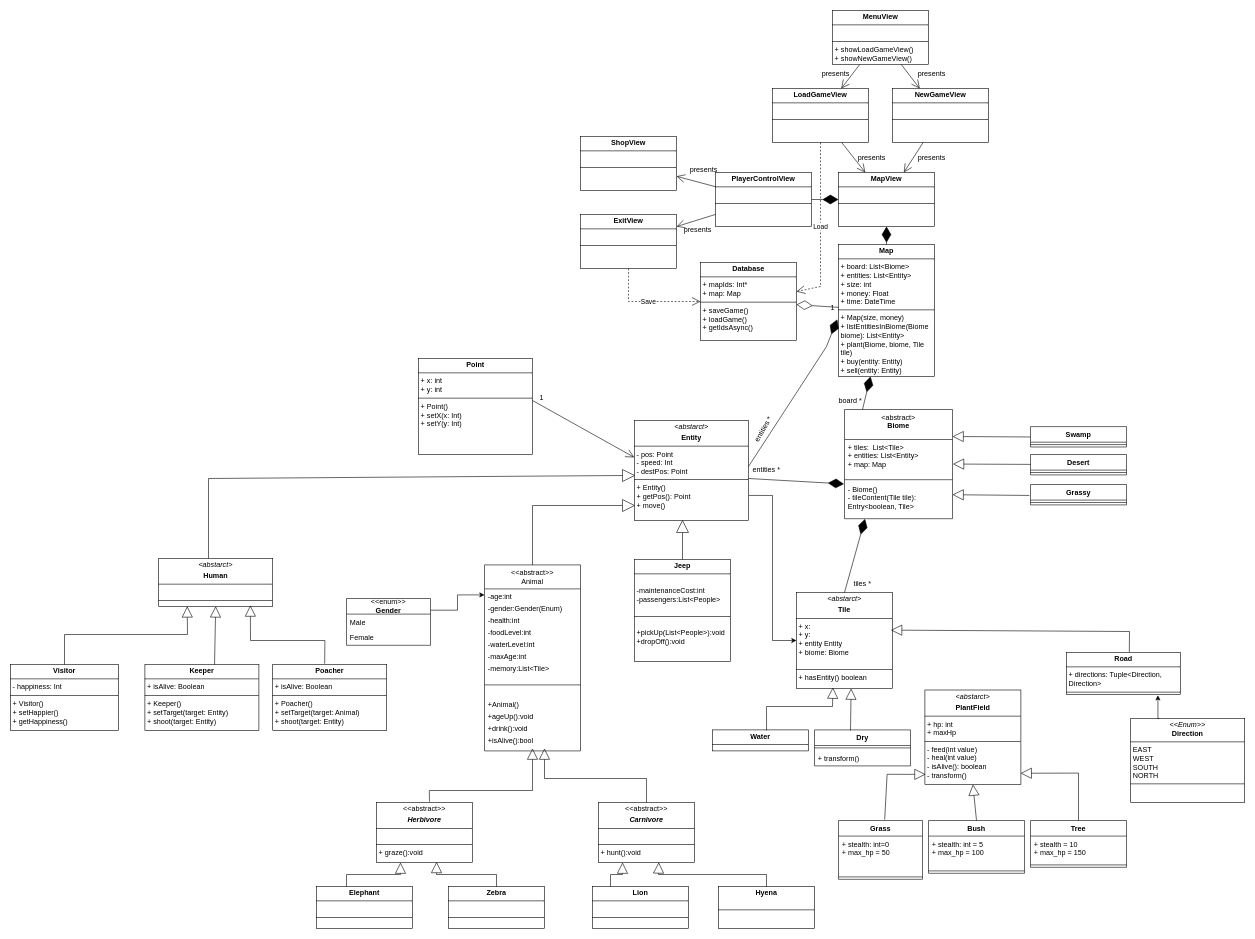
The draw.io diagram diagrams/Class_UML_diagrams/uml_diagram.drawio in AndrasMajor/SafariSimulator, before the edit. Source tidied: cells renumbered, new cells numbered last; positions are measured from the earlier drawing's top-left corner, leaving out a move shared by most shapes. Both pictures are drawn from the tidied source at 60%, with x=0, y=0 at pixel (10, 10).
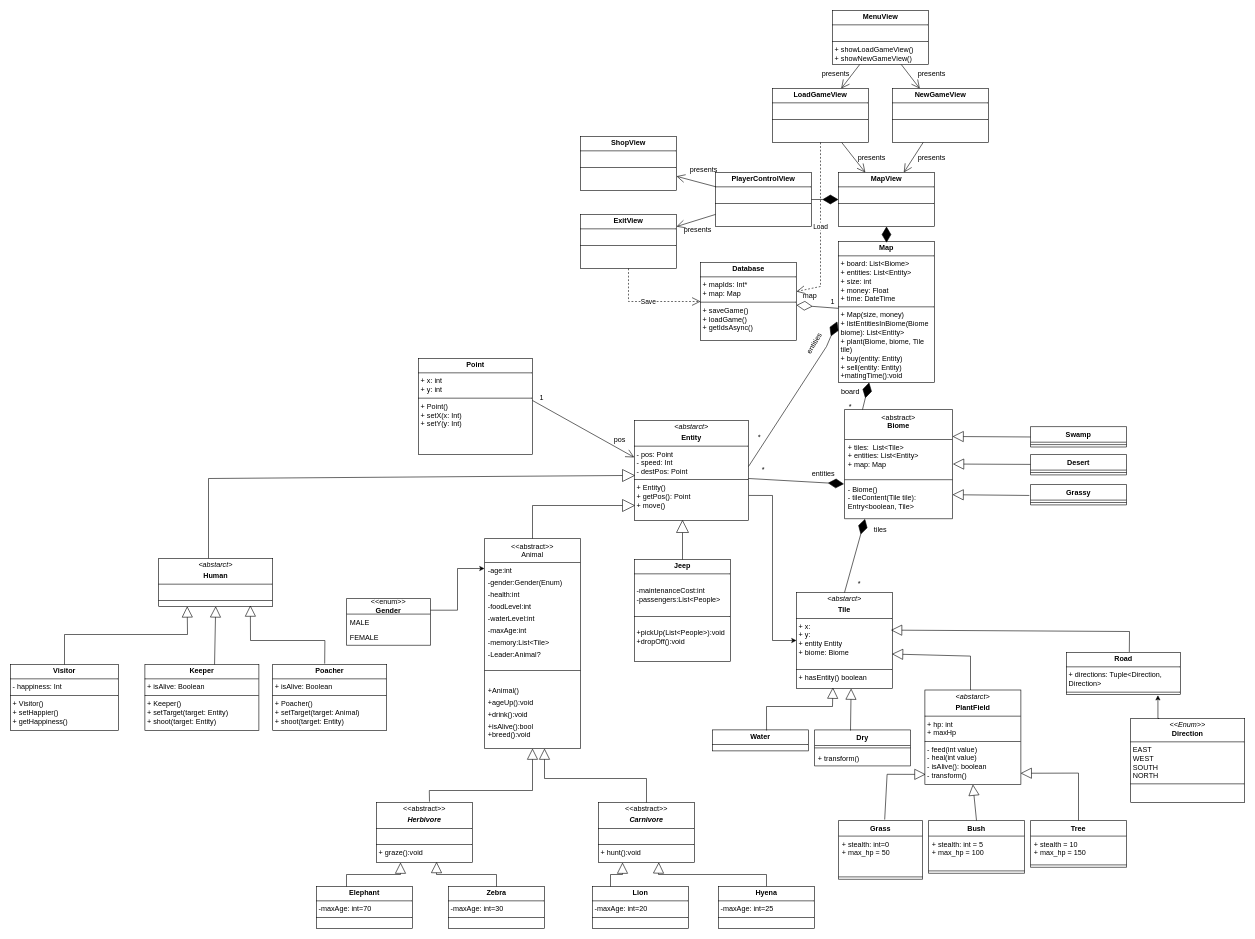
The same diagram, later.

The change refers to these unchanged cells:
```xml
<mxCell id="14" value="&lt;p style=&quot;margin:0px;margin-top:4px;text-align:center;&quot;&gt;&lt;i style=&quot;background-color: transparent; color: light-dark(rgb(0, 0, 0), rgb(255, 255, 255));&quot;&gt;&amp;lt;abstarct&amp;gt;&lt;/i&gt;&lt;/p&gt;&lt;p style=&quot;margin:0px;margin-top:4px;text-align:center;&quot;&gt;&lt;b&gt;Tile&lt;/b&gt;&lt;/p&gt;&lt;hr size=&quot;1&quot; style=&quot;border-style:solid;&quot;&gt;&lt;p style=&quot;margin:0px;margin-left:4px;&quot;&gt;+ x:&amp;nbsp;&lt;/p&gt;&lt;p style=&quot;margin:0px;margin-left:4px;&quot;&gt;+ y:&amp;nbsp;&lt;/p&gt;&lt;p style=&quot;margin:0px;margin-left:4px;&quot;&gt;+ entity Entity&lt;/p&gt;&lt;p style=&quot;margin:0px;margin-left:4px;&quot;&gt;+ biome: Biome&lt;/p&gt;&lt;p style=&quot;margin:0px;margin-left:4px;&quot;&gt;&lt;br&gt;&lt;/p&gt;&lt;hr size=&quot;1&quot; style=&quot;border-style:solid;&quot;&gt;&lt;p style=&quot;margin:0px;margin-left:4px;&quot;&gt;+ hasEntity() boolean&lt;span style=&quot;background-color: transparent; color: light-dark(rgb(0, 0, 0), rgb(255, 255, 255));&quot;&gt;&amp;nbsp;&lt;/span&gt;&lt;/p&gt;" style="verticalAlign=top;align=left;overflow=fill;html=1;whiteSpace=wrap;" parent="1" vertex="1">
  <mxGeometry x="1310" y="970" width="160" height="160" as="geometry" />
</mxCell>
<mxCell id="53" value="&amp;lt;&amp;lt;enum&amp;gt;&amp;gt;&lt;div&gt;&lt;b&gt;Gender&lt;/b&gt;&lt;/div&gt;" style="swimlane;fontStyle=0;horizontal=1;startSize=26;fillColor=none;whiteSpace=wrap;html=1;" parent="1" vertex="1">
  <mxGeometry x="560" y="980" width="140" height="78" as="geometry" />
</mxCell>
```

Change to the diagram source:
```diff
@@
-    <mxCell id="2" value="&lt;p style=&quot;margin:0px;margin-top:4px;text-align:center;&quot;&gt;&lt;b&gt;Map&lt;/b&gt;&lt;/p&gt;&lt;hr size=&quot;1&quot; style=&quot;border-style:solid;&quot;&gt;&lt;p style=&quot;margin:0px;margin-left:4px;&quot;&gt;+ board: List&amp;lt;Biome&amp;gt;&lt;/p&gt;&lt;p style=&quot;margin:0px;margin-left:4px;&quot;&gt;+ entities: List&amp;lt;Entity&amp;gt;&lt;/p&gt;&lt;p style=&quot;margin:0px;margin-left:4px;&quot;&gt;+ size: int&lt;/p&gt;&lt;p style=&quot;margin:0px;margin-left:4px;&quot;&gt;+ money: Float&lt;/p&gt;&lt;p style=&quot;margin:0px;margin-left:4px;&quot;&gt;+ time: DateTime&lt;/p&gt;&lt;hr size=&quot;1&quot; style=&quot;border-style:solid;&quot;&gt;&lt;p style=&quot;margin:0px;margin-left:4px;&quot;&gt;+ Map(size, money)&lt;/p&gt;&lt;p style=&quot;margin:0px;margin-left:4px;&quot;&gt;+ listEntitiesInBiome(Biome biome): List&amp;lt;Entity&amp;gt;&lt;/p&gt;&lt;p style=&quot;margin:0px;margin-left:4px;&quot;&gt;+ plant(Biome, biome, Tile tile)&lt;/p&gt;&lt;p style=&quot;margin:0px;margin-left:4px;&quot;&gt;+ buy(entity: Entity)&lt;/p&gt;&lt;p style=&quot;margin:0px;margin-left:4px;&quot;&gt;+ sell(entity: Entity)&lt;/p&gt;" style="verticalAlign=top;align=left;overflow=fill;html=1;whiteSpace=wrap;" parent="1" vertex="1">
-      <mxGeometry x="1380" y="390" width="160" height="220" as="geometry" />
+    <mxCell id="2" value="&lt;p style=&quot;margin:0px;margin-top:4px;text-align:center;&quot;&gt;&lt;b&gt;Map&lt;/b&gt;&lt;/p&gt;&lt;hr size=&quot;1&quot; style=&quot;border-style:solid;&quot;&gt;&lt;p style=&quot;margin:0px;margin-left:4px;&quot;&gt;+ board: List&amp;lt;Biome&amp;gt;&lt;/p&gt;&lt;p style=&quot;margin:0px;margin-left:4px;&quot;&gt;+ entities: List&amp;lt;Entity&amp;gt;&lt;/p&gt;&lt;p style=&quot;margin:0px;margin-left:4px;&quot;&gt;+ size: int&lt;/p&gt;&lt;p style=&quot;margin:0px;margin-left:4px;&quot;&gt;+ money: Float&lt;/p&gt;&lt;p style=&quot;margin:0px;margin-left:4px;&quot;&gt;+ time: DateTime&lt;/p&gt;&lt;hr size=&quot;1&quot; style=&quot;border-style:solid;&quot;&gt;&lt;p style=&quot;margin:0px;margin-left:4px;&quot;&gt;+ Map(size, money)&lt;/p&gt;&lt;p style=&quot;margin:0px;margin-left:4px;&quot;&gt;+ listEntitiesInBiome(Biome biome): List&amp;lt;Entity&amp;gt;&lt;/p&gt;&lt;p style=&quot;margin:0px;margin-left:4px;&quot;&gt;+ plant(Biome, biome, Tile tile)&lt;/p&gt;&lt;p style=&quot;margin:0px;margin-left:4px;&quot;&gt;+ buy(entity: Entity)&lt;/p&gt;&lt;p style=&quot;margin:0px;margin-left:4px;&quot;&gt;+ sell(entity: Entity)&lt;/p&gt;&lt;p style=&quot;margin:0px;margin-left:4px;&quot;&gt;+matingTime():void&lt;/p&gt;" style="verticalAlign=top;align=left;overflow=fill;html=1;whiteSpace=wrap;" parent="1" vertex="1">
+      <mxGeometry x="1380" y="385" width="160" height="235" as="geometry" />
     </mxCell>
@@
     <mxCell id="39" value="&lt;&lt;abstract&gt;&gt;&#10;Animal&#10;" style="swimlane;fontStyle=0;align=center;verticalAlign=top;horizontal=1;startSize=40;rounded=0;shadow=0;strokeWidth=1;" parent="1" vertex="1">
-      <mxGeometry x="790" y="924" width="160" height="310" as="geometry" />
+      <mxGeometry x="790" y="880" width="160" height="350" as="geometry" />
     </mxCell>
@@
+    <mxCell id="122" value="-Leader:Animal?" style="text;align=left;verticalAlign=top;spacingLeft=4;spacingRight=4;overflow=hidden;rounded=0;shadow=0;html=0;" parent="39" vertex="1">
+      <mxGeometry y="180" width="160" height="20" as="geometry" />
+    </mxCell>
     <mxCell id="47" style="line;html=1;strokeWidth=1;align=left;verticalAlign=middle;spacingTop=-1;spacingLeft=3;spacingRight=3;labelPosition=right;" parent="39" vertex="1">
-      <mxGeometry y="180" width="160" height="40" as="geometry" />
+      <mxGeometry y="200" width="160" height="40" as="geometry" />
     </mxCell>
     <mxCell id="48" value="+Animal()" style="text;align=left;verticalAlign=top;spacingLeft=4;spacingRight=4;overflow=hidden;" parent="39" vertex="1">
-      <mxGeometry y="220" width="160" height="20" as="geometry" />
+      <mxGeometry y="240" width="160" height="20" as="geometry" />
     </mxCell>
     <mxCell id="49" value="+ageUp():void" style="text;align=left;verticalAlign=top;spacingLeft=4;spacingRight=4;overflow=hidden;" parent="39" vertex="1">
-      <mxGeometry y="240" width="160" height="20" as="geometry" />
+      <mxGeometry y="260" width="160" height="20" as="geometry" />
     </mxCell>
     <mxCell id="50" value="+drink():void" style="text;align=left;verticalAlign=top;spacingLeft=4;spacingRight=4;overflow=hidden;" parent="39" vertex="1">
-      <mxGeometry y="260" width="160" height="20" as="geometry" />
+      <mxGeometry y="280" width="160" height="20" as="geometry" />
     </mxCell>
-    <mxCell id="51" value="+isAlive():bool" style="text;align=left;verticalAlign=top;spacingLeft=4;spacingRight=4;overflow=hidden;" parent="39" vertex="1">
-      <mxGeometry y="280" width="160" height="20" as="geometry" />
+    <mxCell id="51" value="+isAlive():bool&#10;+breed():void" style="text;align=left;verticalAlign=top;spacingLeft=4;spacingRight=4;overflow=hidden;" parent="39" vertex="1">
+      <mxGeometry y="300" width="160" as="geometry" />
     </mxCell>
@@
-    <mxCell id="54" value="Male" style="text;strokeColor=none;fillColor=none;align=left;verticalAlign=top;spacingLeft=4;spacingRight=4;overflow=hidden;whiteSpace=wrap;html=1;" parent="53" vertex="1">
+    <mxCell id="54" value="MALE" style="text;strokeColor=none;fillColor=none;align=left;verticalAlign=top;spacingLeft=4;spacingRight=4;overflow=hidden;whiteSpace=wrap;html=1;" parent="53" vertex="1">
       <mxGeometry y="26" width="140" height="26" as="geometry" />
     </mxCell>
-    <mxCell id="55" value="Female" style="text;strokeColor=none;fillColor=none;align=left;verticalAlign=top;spacingLeft=4;spacingRight=4;overflow=hidden;whiteSpace=wrap;html=1;" parent="53" vertex="1">
+    <mxCell id="55" value="FEMALE" style="text;strokeColor=none;fillColor=none;align=left;verticalAlign=top;spacingLeft=4;spacingRight=4;overflow=hidden;whiteSpace=wrap;html=1;" parent="53" vertex="1">
       <mxGeometry y="52" width="140" height="26" as="geometry" />
     </mxCell>
@@
-    <mxCell id="58" value="&lt;p style=&quot;margin:0px;margin-top:4px;text-align:center;&quot;&gt;&lt;b&gt;Elephant&lt;/b&gt;&lt;/p&gt;&lt;hr size=&quot;1&quot; style=&quot;border-style:solid;&quot;&gt;&lt;p style=&quot;margin:0px;margin-left:4px;&quot;&gt;&lt;br&gt;&lt;/p&gt;&lt;hr size=&quot;1&quot; style=&quot;border-style:solid;&quot;&gt;&lt;p style=&quot;margin:0px;margin-left:4px;&quot;&gt;&lt;br&gt;&lt;/p&gt;" style="verticalAlign=top;align=left;overflow=fill;html=1;whiteSpace=wrap;" parent="1" vertex="1">
+    <mxCell id="58" value="&lt;p style=&quot;margin:0px;margin-top:4px;text-align:center;&quot;&gt;&lt;b&gt;Elephant&lt;/b&gt;&lt;/p&gt;&lt;hr size=&quot;1&quot; style=&quot;border-style:solid;&quot;&gt;&lt;p style=&quot;margin:0px;margin-left:4px;&quot;&gt;-maxAge: int=70&lt;/p&gt;&lt;hr size=&quot;1&quot; style=&quot;border-style:solid;&quot;&gt;&lt;p style=&quot;margin:0px;margin-left:4px;&quot;&gt;&lt;br&gt;&lt;/p&gt;" style="verticalAlign=top;align=left;overflow=fill;html=1;whiteSpace=wrap;" parent="1" vertex="1">
       <mxGeometry x="510" y="1460" width="160" height="70" as="geometry" />
     </mxCell>
-    <mxCell id="59" value="&lt;p style=&quot;margin:0px;margin-top:4px;text-align:center;&quot;&gt;&lt;b&gt;Zebra&lt;/b&gt;&lt;/p&gt;&lt;hr size=&quot;1&quot; style=&quot;border-style:solid;&quot;&gt;&lt;p style=&quot;margin:0px;margin-left:4px;&quot;&gt;&lt;br&gt;&lt;/p&gt;&lt;hr size=&quot;1&quot; style=&quot;border-style:solid;&quot;&gt;&lt;p style=&quot;margin:0px;margin-left:4px;&quot;&gt;&lt;br&gt;&lt;/p&gt;" style="verticalAlign=top;align=left;overflow=fill;html=1;whiteSpace=wrap;" parent="1" vertex="1">
+    <mxCell id="59" value="&lt;p style=&quot;margin:0px;margin-top:4px;text-align:center;&quot;&gt;&lt;b&gt;Zebra&lt;/b&gt;&lt;/p&gt;&lt;hr size=&quot;1&quot; style=&quot;border-style:solid;&quot;&gt;&lt;p style=&quot;margin:0px;margin-left:4px;&quot;&gt;-maxAge: int=30&lt;/p&gt;&lt;hr size=&quot;1&quot; style=&quot;border-style:solid;&quot;&gt;&lt;p style=&quot;margin:0px;margin-left:4px;&quot;&gt;&lt;br&gt;&lt;/p&gt;" style="verticalAlign=top;align=left;overflow=fill;html=1;whiteSpace=wrap;" parent="1" vertex="1">
       <mxGeometry x="730" y="1460" width="160" height="70" as="geometry" />
     </mxCell>
-    <mxCell id="60" value="&lt;p style=&quot;margin:0px;margin-top:4px;text-align:center;&quot;&gt;&lt;b&gt;Hyena&lt;/b&gt;&lt;/p&gt;&lt;p style=&quot;margin:0px;margin-left:4px;&quot;&gt;&lt;br&gt;&lt;/p&gt;&lt;hr size=&quot;1&quot; style=&quot;border-style:solid;&quot;&gt;&lt;p style=&quot;margin:0px;margin-left:4px;&quot;&gt;&lt;br&gt;&lt;/p&gt;" style="verticalAlign=top;align=left;overflow=fill;html=1;whiteSpace=wrap;" parent="1" vertex="1">
-      <mxGeometry x="1180" y="1460" width="160" height="70" as="geometry" />
-    </mxCell>
-    <mxCell id="61" value="&lt;p style=&quot;margin:0px;margin-top:4px;text-align:center;&quot;&gt;&lt;b&gt;Lion&lt;/b&gt;&lt;/p&gt;&lt;hr size=&quot;1&quot; style=&quot;border-style:solid;&quot;&gt;&lt;p style=&quot;margin:0px;margin-left:4px;&quot;&gt;&lt;br&gt;&lt;/p&gt;&lt;hr size=&quot;1&quot; style=&quot;border-style:solid;&quot;&gt;&lt;p style=&quot;margin:0px;margin-left:4px;&quot;&gt;&lt;br&gt;&lt;/p&gt;" style="verticalAlign=top;align=left;overflow=fill;html=1;whiteSpace=wrap;" parent="1" vertex="1">
+    <mxCell id="61" value="&lt;p style=&quot;margin:0px;margin-top:4px;text-align:center;&quot;&gt;&lt;b&gt;Lion&lt;/b&gt;&lt;/p&gt;&lt;hr size=&quot;1&quot; style=&quot;border-style:solid;&quot;&gt;&lt;p style=&quot;margin:0px;margin-left:4px;&quot;&gt;-maxAge: int=20&lt;/p&gt;&lt;hr size=&quot;1&quot; style=&quot;border-style:solid;&quot;&gt;&lt;p style=&quot;margin:0px;margin-left:4px;&quot;&gt;&lt;br&gt;&lt;/p&gt;" style="verticalAlign=top;align=left;overflow=fill;html=1;whiteSpace=wrap;" parent="1" vertex="1">
       <mxGeometry x="970" y="1460" width="160" height="70" as="geometry" />
     </mxCell>
@@
-    <mxCell id="91" value="entities *" style="text;html=1;align=center;verticalAlign=middle;whiteSpace=wrap;rounded=0;rotation=-60;" parent="1" vertex="1">
-      <mxGeometry x="1225" y="683" width="60" height="30" as="geometry" />
+    <mxCell id="91" value="*" style="text;html=1;align=center;verticalAlign=middle;whiteSpace=wrap;rounded=0;rotation=-60;" parent="1" vertex="1">
+      <mxGeometry x="1220.1" y="695.5" width="60" height="30" as="geometry" />
     </mxCell>
-    <mxCell id="92" value="entities *" style="text;html=1;align=center;verticalAlign=middle;whiteSpace=wrap;rounded=0;rotation=0;" parent="1" vertex="1">
-      <mxGeometry x="1235" y="758.3" width="50.1" height="16.3" as="geometry" />
+    <mxCell id="92" value="*" style="text;html=1;align=center;verticalAlign=middle;whiteSpace=wrap;rounded=0;rotation=0;" parent="1" vertex="1">
+      <mxGeometry x="1230" y="758.3" width="50.1" height="16.3" as="geometry" />
     </mxCell>
-    <mxCell id="93" value="board *" style="text;html=1;align=center;verticalAlign=middle;whiteSpace=wrap;rounded=0;rotation=0;" parent="1" vertex="1">
-      <mxGeometry x="1370" y="635" width="60" height="30" as="geometry" />
+    <mxCell id="93" value="*" style="text;html=1;align=center;verticalAlign=middle;whiteSpace=wrap;rounded=0;rotation=0;" parent="1" vertex="1">
+      <mxGeometry x="1370" y="645" width="60" height="30" as="geometry" />
     </mxCell>
-    <mxCell id="94" value="tiles *" style="text;html=1;align=center;verticalAlign=middle;whiteSpace=wrap;rounded=0;rotation=0;" parent="1" vertex="1">
-      <mxGeometry x="1390" y="940" width="60" height="30" as="geometry" />
+    <mxCell id="94" value="*" style="text;html=1;align=center;verticalAlign=middle;whiteSpace=wrap;rounded=0;rotation=0;" parent="1" vertex="1">
+      <mxGeometry x="1385" y="940" width="60" height="30" as="geometry" />
     </mxCell>
@@
     <mxCell id="119" value="1" style="text;html=1;align=center;verticalAlign=middle;strokeColor=none;fillColor=none;" parent="1" vertex="1">
-      <mxGeometry x="1355" y="480" width="30" height="30" as="geometry" />
+      <mxGeometry x="1355" y="470" width="30" height="30" as="geometry" />
     </mxCell>
@@
+    <mxCell id="123" style="endArrow=block;endSize=16;endFill=0;html=1;rounded=0;exitX=0.375;exitY=0.017;exitDx=0;exitDy=0;exitPerimeter=0;entryX=0.994;entryY=0.641;entryDx=0;entryDy=0;entryPerimeter=0;" parent="1" edge="1" target="14">
+      <mxGeometry relative="1" as="geometry">
+        <mxPoint x="1600" y="1132.5" as="sourcePoint" />
+        <Array as="points">
+          <mxPoint x="1600" y="1076" />
+        </Array>
+      </mxGeometry>
+    </mxCell>
+    <mxCell id="124" value="&lt;p style=&quot;margin:0px;margin-top:4px;text-align:center;&quot;&gt;&lt;b&gt;Hyena&lt;/b&gt;&lt;/p&gt;&lt;hr size=&quot;1&quot; style=&quot;border-style:solid;&quot;&gt;&lt;p style=&quot;margin:0px;margin-left:4px;&quot;&gt;-maxAge: int=25&lt;/p&gt;&lt;hr size=&quot;1&quot; style=&quot;border-style:solid;&quot;&gt;&lt;p style=&quot;margin:0px;margin-left:4px;&quot;&gt;&lt;br&gt;&lt;/p&gt;" style="verticalAlign=top;align=left;overflow=fill;html=1;whiteSpace=wrap;" parent="1" vertex="1">
+      <mxGeometry x="1180" y="1460" width="160" height="70" as="geometry" />
+    </mxCell>
+    <mxCell id="125" value="tiles" style="text;html=1;align=center;verticalAlign=middle;whiteSpace=wrap;rounded=0;rotation=0;" parent="1" vertex="1">
+      <mxGeometry x="1420" y="850" width="60" height="30" as="geometry" />
+    </mxCell>
+    <mxCell id="126" value="entities" style="text;html=1;align=center;verticalAlign=middle;whiteSpace=wrap;rounded=0;rotation=0;" parent="1" vertex="1">
+      <mxGeometry x="1329.9" y="765" width="50.1" height="16.3" as="geometry" />
+    </mxCell>
+    <mxCell id="127" value="entities" style="text;html=1;align=center;verticalAlign=middle;whiteSpace=wrap;rounded=0;rotation=-60;" parent="1" vertex="1">
+      <mxGeometry x="1310" y="540" width="60" height="30" as="geometry" />
+    </mxCell>
+    <mxCell id="128" value="board" style="text;html=1;align=center;verticalAlign=middle;whiteSpace=wrap;rounded=0;rotation=0;" parent="1" vertex="1">
+      <mxGeometry x="1370" y="620" width="60" height="30" as="geometry" />
+    </mxCell>
+    <mxCell id="129" value="pos" style="text;html=1;align=center;verticalAlign=middle;strokeColor=none;fillColor=none;" parent="1" vertex="1">
+      <mxGeometry x="995" y="700" width="40" height="30" as="geometry" />
+    </mxCell>
+    <mxCell id="130" value="map" style="text;html=1;align=center;verticalAlign=middle;whiteSpace=wrap;rounded=0;rotation=0;" parent="1" vertex="1">
+      <mxGeometry x="1310" y="460" width="45" height="30" as="geometry" />
+    </mxCell>
```
